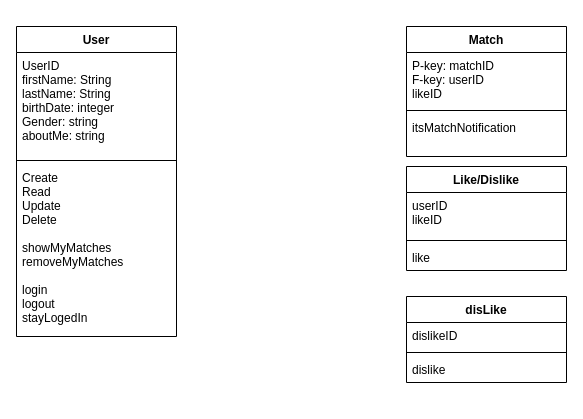
This is Untitled Diagram.drawio from Elena51513155/Eksamen, a draw.io file, before an edit. Source tidied: cells renumbered, new cells numbered last; positions are measured from the earlier drawing's top-left corner, leaving out a move shared by most shapes. Both pictures are drawn from the tidied source at 100%, with x=0, y=0 at pixel (16, 26).
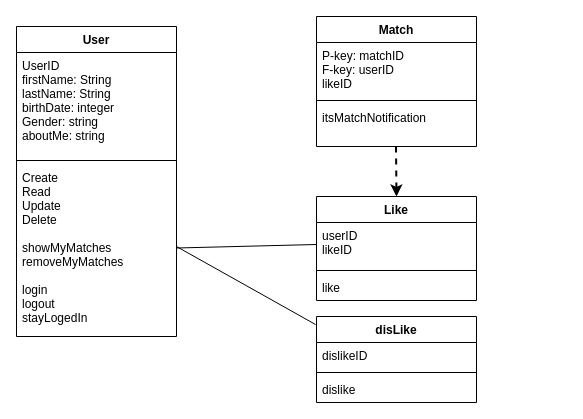
The same page after the edit.

The change refers to these unchanged cells:
```xml
<mxCell id="11" value="userID&#10;likeID" style="text;strokeColor=none;fillColor=none;align=left;verticalAlign=top;spacingLeft=4;spacingRight=4;overflow=hidden;points=[[0,0.5],[1,0.5]];portConstraint=eastwest;" parent="10" vertex="1">
  <mxGeometry y="26" width="160" height="44" as="geometry" />
</mxCell>
```

What changed in the source:
```diff
@@
     <mxCell id="6" value="Match" style="swimlane;fontStyle=1;align=center;verticalAlign=top;horizontal=1;startSize=26;" parent="1" vertex="1">
-      <mxGeometry x="390" width="160" height="130" as="geometry" />
+      <mxGeometry x="300" y="-10" width="160" height="130" as="geometry" />
     </mxCell>
@@
-    <mxCell id="10" value="Like/Dislike" style="swimlane;fontStyle=1;align=center;verticalAlign=top;horizontal=1;startSize=26;" parent="1" vertex="1">
-      <mxGeometry x="390" y="140" width="160" height="104" as="geometry" />
+    <mxCell id="10" value="Like" style="swimlane;fontStyle=1;align=center;verticalAlign=top;horizontal=1;startSize=26;" parent="1" vertex="1">
+      <mxGeometry x="300" y="170" width="160" height="104" as="geometry" />
     </mxCell>
@@
     <mxCell id="14" value="disLike" style="swimlane;fontStyle=1;align=center;verticalAlign=top;horizontal=1;startSize=26;" parent="1" vertex="1">
-      <mxGeometry x="390" y="270" width="160" height="86" as="geometry" />
+      <mxGeometry x="300" y="290" width="160" height="86" as="geometry" />
     </mxCell>
@@
+    <mxCell id="18" style="endArrow=classic;dashed=1;html=1;strokeWidth=2;" parent="1" edge="1">
+      <mxGeometry relative="1" as="geometry">
+        <mxPoint x="379.5" y="120" as="sourcePoint" />
+        <mxPoint x="380" y="170" as="targetPoint" />
+      </mxGeometry>
+    </mxCell>
+    <mxCell id="19" style="endArrow=none;html=1;strokeColor=#000000;entryX=0;entryY=0.5;entryDx=0;entryDy=0;" parent="1" edge="1" target="11">
+      <mxGeometry relative="1" as="geometry">
+        <mxPoint x="160" y="221.5" as="sourcePoint" />
+      </mxGeometry>
+    </mxCell>
+    <mxCell id="20" style="endArrow=none;html=1;strokeColor=#000000;entryX=-0.006;entryY=0.093;entryDx=0;entryDy=0;entryPerimeter=0;" parent="1" edge="1" target="14">
+      <mxGeometry relative="1" as="geometry">
+        <mxPoint x="160" y="220" as="sourcePoint" />
+      </mxGeometry>
+    </mxCell>
```
